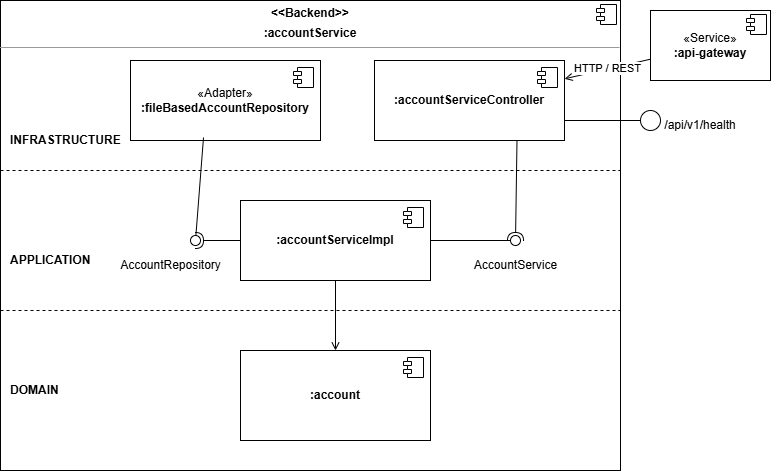
Before: doc/account-service-v2.drawio.png, a diagram exported from draw.io (MarcoMoro10/SAP-Assignment3). Source tidied: cells renumbered, new cells last; positions are measured from the earlier drawing's top-left corner, leaving out a move shared by most shapes. Source of this version:
```xml
<mxGraphModel>
  <root>
    <mxCell id="0" />
    <mxCell id="1" parent="0" />
    <mxCell id="2" value="&lt;p style=&quot;margin:0px;margin-top:6px;text-align:center;&quot;&gt;&lt;b&gt;&amp;lt;&amp;lt;Backend&amp;gt;&amp;gt;&lt;/b&gt;&lt;/p&gt;&lt;p style=&quot;margin:0px;margin-top:6px;text-align:center;&quot;&gt;&lt;b&gt;:accountService&lt;/b&gt;&lt;/p&gt;&lt;hr size=&quot;1&quot;&gt;" style="align=left;overflow=fill;html=1;whiteSpace=wrap;verticalAlign=top;" parent="1" vertex="1">
      <mxGeometry width="620" height="470" as="geometry" />
    </mxCell>
    <mxCell id="3" style="shape=component;jettyWidth=8;jettyHeight=4;" parent="2" vertex="1">
      <mxGeometry x="1" width="20" height="20" relative="1" as="geometry">
        <mxPoint x="-24" y="4" as="offset" />
      </mxGeometry>
    </mxCell>
    <mxCell id="4" style="endArrow=none;dashed=1;html=1;rounded=0;" parent="1" edge="1">
      <mxGeometry relative="1" as="geometry">
        <mxPoint y="170" as="sourcePoint" />
        <mxPoint x="620" y="170" as="targetPoint" />
      </mxGeometry>
    </mxCell>
    <mxCell id="5" style="endArrow=none;dashed=1;html=1;rounded=0;" parent="1" edge="1">
      <mxGeometry relative="1" as="geometry">
        <mxPoint y="310" as="sourcePoint" />
        <mxPoint x="620" y="310" as="targetPoint" />
      </mxGeometry>
    </mxCell>
    <mxCell id="6" value="INFRASTRUCTURE" style="text;html=1;align=left;verticalAlign=middle;fontStyle=1;" parent="1" vertex="1">
      <mxGeometry x="8" y="130" width="120" height="20" as="geometry" />
    </mxCell>
    <mxCell id="7" value="APPLICATION" style="text;html=1;align=left;verticalAlign=middle;fontStyle=1;" parent="1" vertex="1">
      <mxGeometry x="8" y="250" width="120" height="20" as="geometry" />
    </mxCell>
    <mxCell id="8" value="DOMAIN" style="text;html=1;align=left;verticalAlign=middle;fontStyle=1;" parent="1" vertex="1">
      <mxGeometry x="8" y="380" width="120" height="20" as="geometry" />
    </mxCell>
    <mxCell id="9" value="«Adapter»&lt;br&gt;&lt;b&gt;:fileBasedAccountRepository&lt;/b&gt;" style="html=1;whiteSpace=wrap;fontColor=#000000;" parent="1" vertex="1">
      <mxGeometry x="130" y="60" width="190" height="80" as="geometry" />
    </mxCell>
    <mxCell id="10" style="shape=module;jettyWidth=8;jettyHeight=4;" parent="9" vertex="1">
      <mxGeometry x="1" width="20" height="20" relative="1" as="geometry">
        <mxPoint x="-27" y="7" as="offset" />
      </mxGeometry>
    </mxCell>
    <mxCell id="11" value="&lt;b&gt;:accountServiceController&lt;/b&gt;" style="html=1;whiteSpace=wrap;fontColor=#000000;" parent="1" vertex="1">
      <mxGeometry x="374" y="60" width="190" height="80" as="geometry" />
    </mxCell>
    <mxCell id="12" style="shape=module;jettyWidth=8;jettyHeight=4;" parent="11" vertex="1">
      <mxGeometry x="1" width="20" height="20" relative="1" as="geometry">
        <mxPoint x="-27" y="7" as="offset" />
      </mxGeometry>
    </mxCell>
    <mxCell id="13" value="&lt;b&gt;:accountServiceImpl&lt;/b&gt;" style="html=1;whiteSpace=wrap;fontColor=#000000;" parent="1" vertex="1">
      <mxGeometry x="240" y="200" width="190" height="80" as="geometry" />
    </mxCell>
    <mxCell id="14" style="shape=module;jettyWidth=8;jettyHeight=4;" parent="13" vertex="1">
      <mxGeometry x="1" width="20" height="20" relative="1" as="geometry">
        <mxPoint x="-27" y="7" as="offset" />
      </mxGeometry>
    </mxCell>
    <mxCell id="15" style="ellipse;whiteSpace=wrap;html=1;align=center;fillColor=none;strokeColor=none;" parent="1" vertex="1">
      <mxGeometry x="155" y="235" width="10" height="10" as="geometry" />
    </mxCell>
    <mxCell id="16" value="AccountRepository" style="text;html=1;align=center;verticalAlign=middle;" parent="1" vertex="1">
      <mxGeometry x="110" y="255" width="120" height="20" as="geometry" />
    </mxCell>
    <mxCell id="17" value="AccountService" style="text;html=1;align=center;verticalAlign=middle;" parent="1" vertex="1">
      <mxGeometry x="455" y="255" width="120" height="20" as="geometry" />
    </mxCell>
    <mxCell id="18" value="&lt;b&gt;:account&lt;/b&gt;&lt;font style=&quot;font-size:9px&quot;&gt;&lt;br&gt;&lt;/font&gt;" style="html=1;whiteSpace=wrap;fontColor=#000000;" parent="1" vertex="1">
      <mxGeometry x="240" y="350" width="190" height="90" as="geometry" />
    </mxCell>
    <mxCell id="19" style="shape=module;jettyWidth=8;jettyHeight=4;" parent="18" vertex="1">
      <mxGeometry x="1" width="20" height="20" relative="1" as="geometry">
        <mxPoint x="-27" y="7" as="offset" />
      </mxGeometry>
    </mxCell>
    <mxCell id="20" value="«Service»&lt;br&gt;&lt;b&gt;:api-gateway&lt;/b&gt;" style="html=1;whiteSpace=wrap;fontColor=#000000;" parent="1" vertex="1">
      <mxGeometry x="650" y="10" width="120" height="70" as="geometry" />
    </mxCell>
    <mxCell id="21" style="shape=component;jettyWidth=8;jettyHeight=4;" parent="20" vertex="1">
      <mxGeometry x="1" width="20" height="20" relative="1" as="geometry">
        <mxPoint x="-24" y="4" as="offset" />
      </mxGeometry>
    </mxCell>
    <mxCell id="22" value="HTTP / REST" style="endArrow=open;html=1;rounded=0;" parent="1" edge="1" source="20" target="11">
      <mxGeometry relative="1" as="geometry" />
    </mxCell>
    <mxCell id="23" style="endArrow=open;html=1;rounded=0;exitX=0.5;exitY=1;exitDx=0;exitDy=0;entryX=0.5;entryY=0;entryDx=0;entryDy=0;" parent="1" edge="1" source="13" target="18">
      <mxGeometry relative="1" as="geometry" />
    </mxCell>
    <mxCell id="24" style="rounded=0;jettySize=auto;html=1;endArrow=halfCircle;endFill=0;endSize=6;strokeWidth=1;sketch=0;exitX=0;exitY=0.5;exitDx=0;exitDy=0;" parent="1" edge="1" source="13" target="26">
      <mxGeometry relative="1" as="geometry" />
    </mxCell>
    <mxCell id="25" style="rounded=0;jettySize=auto;html=1;endArrow=oval;endFill=0;sketch=0;sourcePerimeterSpacing=0;targetPerimeterSpacing=0;endSize=10;" parent="1" edge="1" target="26">
      <mxGeometry relative="1" as="geometry">
        <mxPoint x="203" y="137" as="sourcePoint" />
      </mxGeometry>
    </mxCell>
    <mxCell id="26" style="ellipse;whiteSpace=wrap;html=1;align=center;fillColor=none;strokeColor=none;perimeter=centerPerimeter;points=[];outlineConnect=1;" parent="1" vertex="1">
      <mxGeometry x="190" y="235" width="10" height="10" as="geometry" />
    </mxCell>
    <mxCell id="27" style="ellipse;whiteSpace=wrap;html=1;align=center;fillColor=none;strokeColor=none;perimeter=centerPerimeter;" parent="1" vertex="1">
      <mxGeometry x="520" y="235" width="10" height="10" as="geometry" />
    </mxCell>
    <mxCell id="28" style="rounded=0;jettySize=auto;html=1;endArrow=halfCircle;endFill=0;endSize=6;strokeWidth=1;sketch=0;exitX=0.75;exitY=1;exitDx=0;exitDy=0;" parent="1" edge="1" source="11" target="30">
      <mxGeometry relative="1" as="geometry" />
    </mxCell>
    <mxCell id="29" style="rounded=0;jettySize=auto;html=1;endArrow=oval;endFill=0;sketch=0;sourcePerimeterSpacing=0;targetPerimeterSpacing=0;endSize=10;" parent="1" edge="1" source="13" target="30">
      <mxGeometry relative="1" as="geometry" />
    </mxCell>
    <mxCell id="30" style="ellipse;whiteSpace=wrap;html=1;align=center;fillColor=none;strokeColor=none;perimeter=centerPerimeter;points=[];outlineConnect=1;" parent="1" vertex="1">
      <mxGeometry x="510" y="235" width="10" height="10" as="geometry" />
    </mxCell>
    <mxCell id="31" style="endArrow=none;html=1;rounded=0;exitX=1;exitY=0.75;exitDx=0;exitDy=0;" parent="1" edge="1" source="11">
      <mxGeometry relative="1" as="geometry">
        <mxPoint x="640" y="120" as="targetPoint" />
      </mxGeometry>
    </mxCell>
    <mxCell id="32" style="ellipse;whiteSpace=wrap;html=1;" parent="1" vertex="1">
      <mxGeometry x="640" y="110" width="20" height="20" as="geometry" />
    </mxCell>
    <mxCell id="33" value="/api/v1/health" style="text;html=1;whiteSpace=wrap;strokeColor=none;fillColor=none;align=center;verticalAlign=middle;rounded=0;" parent="1" vertex="1">
      <mxGeometry x="670" y="110" width="60" height="30" as="geometry" />
    </mxCell>
  </root>
</mxGraphModel>
```
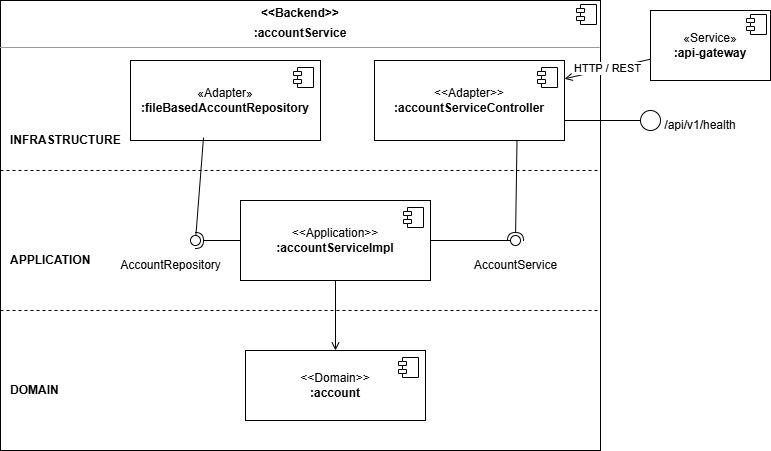
After the commit.

Commit message:
Account-service persistence on named volume (account-data) + reset fla

Change to the diagram source:
```diff
@@ -3,7 +3,7 @@
     <mxCell id="0" />
     <mxCell id="1" parent="0" />
     <mxCell id="2" value="&lt;p style=&quot;margin:0px;margin-top:6px;text-align:center;&quot;&gt;&lt;b&gt;&amp;lt;&amp;lt;Backend&amp;gt;&amp;gt;&lt;/b&gt;&lt;/p&gt;&lt;p style=&quot;margin:0px;margin-top:6px;text-align:center;&quot;&gt;&lt;b&gt;:accountService&lt;/b&gt;&lt;/p&gt;&lt;hr size=&quot;1&quot;&gt;" style="align=left;overflow=fill;html=1;whiteSpace=wrap;verticalAlign=top;" parent="1" vertex="1">
-      <mxGeometry width="620" height="470" as="geometry" />
+      <mxGeometry width="600" height="450" as="geometry" />
     </mxCell>
     <mxCell id="3" style="shape=component;jettyWidth=8;jettyHeight=4;" parent="2" vertex="1">
       <mxGeometry x="1" width="20" height="20" relative="1" as="geometry">
@@ -13,13 +13,13 @@
     <mxCell id="4" style="endArrow=none;dashed=1;html=1;rounded=0;" parent="1" edge="1">
       <mxGeometry relative="1" as="geometry">
         <mxPoint y="170" as="sourcePoint" />
-        <mxPoint x="620" y="170" as="targetPoint" />
+        <mxPoint x="600" y="170" as="targetPoint" />
       </mxGeometry>
     </mxCell>
     <mxCell id="5" style="endArrow=none;dashed=1;html=1;rounded=0;" parent="1" edge="1">
       <mxGeometry relative="1" as="geometry">
         <mxPoint y="310" as="sourcePoint" />
-        <mxPoint x="620" y="310" as="targetPoint" />
+        <mxPoint x="600" y="310" as="targetPoint" />
       </mxGeometry>
     </mxCell>
     <mxCell id="6" value="INFRASTRUCTURE" style="text;html=1;align=left;verticalAlign=middle;fontStyle=1;" parent="1" vertex="1">
@@ -39,7 +39,7 @@
         <mxPoint x="-27" y="7" as="offset" />
       </mxGeometry>
     </mxCell>
-    <mxCell id="11" value="&lt;b&gt;:accountServiceController&lt;/b&gt;" style="html=1;whiteSpace=wrap;fontColor=#000000;" parent="1" vertex="1">
+    <mxCell id="11" value="&lt;div&gt;&amp;lt;&amp;lt;Adapter&amp;gt;&amp;gt;&lt;/div&gt;&lt;b&gt;:accountServiceController&lt;/b&gt;" style="html=1;whiteSpace=wrap;fontColor=#000000;" parent="1" vertex="1">
       <mxGeometry x="374" y="60" width="190" height="80" as="geometry" />
     </mxCell>
     <mxCell id="12" style="shape=module;jettyWidth=8;jettyHeight=4;" parent="11" vertex="1">
@@ -47,7 +47,7 @@
         <mxPoint x="-27" y="7" as="offset" />
       </mxGeometry>
     </mxCell>
-    <mxCell id="13" value="&lt;b&gt;:accountServiceImpl&lt;/b&gt;" style="html=1;whiteSpace=wrap;fontColor=#000000;" parent="1" vertex="1">
+    <mxCell id="13" value="&lt;div&gt;&amp;lt;&amp;lt;Application&amp;gt;&amp;gt;&lt;/div&gt;&lt;b&gt;:accountServiceImpl&lt;/b&gt;" style="html=1;whiteSpace=wrap;fontColor=#000000;" parent="1" vertex="1">
       <mxGeometry x="240" y="200" width="190" height="80" as="geometry" />
     </mxCell>
     <mxCell id="14" style="shape=module;jettyWidth=8;jettyHeight=4;" parent="13" vertex="1">
@@ -64,8 +64,8 @@
     <mxCell id="17" value="AccountService" style="text;html=1;align=center;verticalAlign=middle;" parent="1" vertex="1">
       <mxGeometry x="455" y="255" width="120" height="20" as="geometry" />
     </mxCell>
-    <mxCell id="18" value="&lt;b&gt;:account&lt;/b&gt;&lt;font style=&quot;font-size:9px&quot;&gt;&lt;br&gt;&lt;/font&gt;" style="html=1;whiteSpace=wrap;fontColor=#000000;" parent="1" vertex="1">
-      <mxGeometry x="240" y="350" width="190" height="90" as="geometry" />
+    <mxCell id="18" value="&lt;div&gt;&amp;lt;&amp;lt;Domain&amp;gt;&amp;gt;&lt;/div&gt;&lt;b&gt;:account&lt;/b&gt;&lt;font style=&quot;font-size:9px&quot;&gt;&lt;br&gt;&lt;/font&gt;" style="html=1;whiteSpace=wrap;fontColor=#000000;" parent="1" vertex="1">
+      <mxGeometry x="245" y="350" width="180" height="70" as="geometry" />
     </mxCell>
     <mxCell id="19" style="shape=module;jettyWidth=8;jettyHeight=4;" parent="18" vertex="1">
       <mxGeometry x="1" width="20" height="20" relative="1" as="geometry">
```
